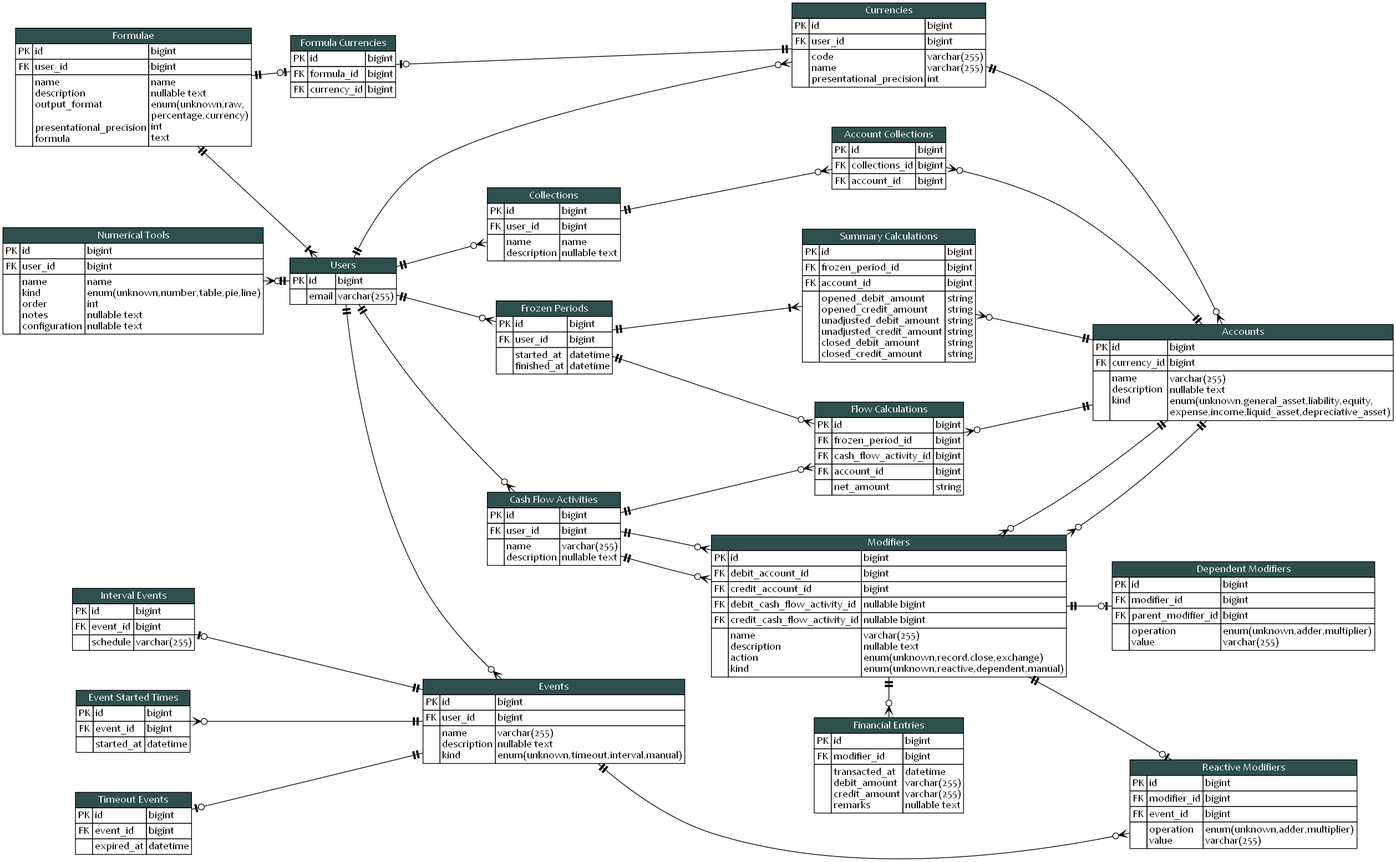
Above: blueprint/erd.png in KennethTrecy/peratorakka_server (Graphviz), before the change. Its source is kept beside it as blueprint/erd.dot.
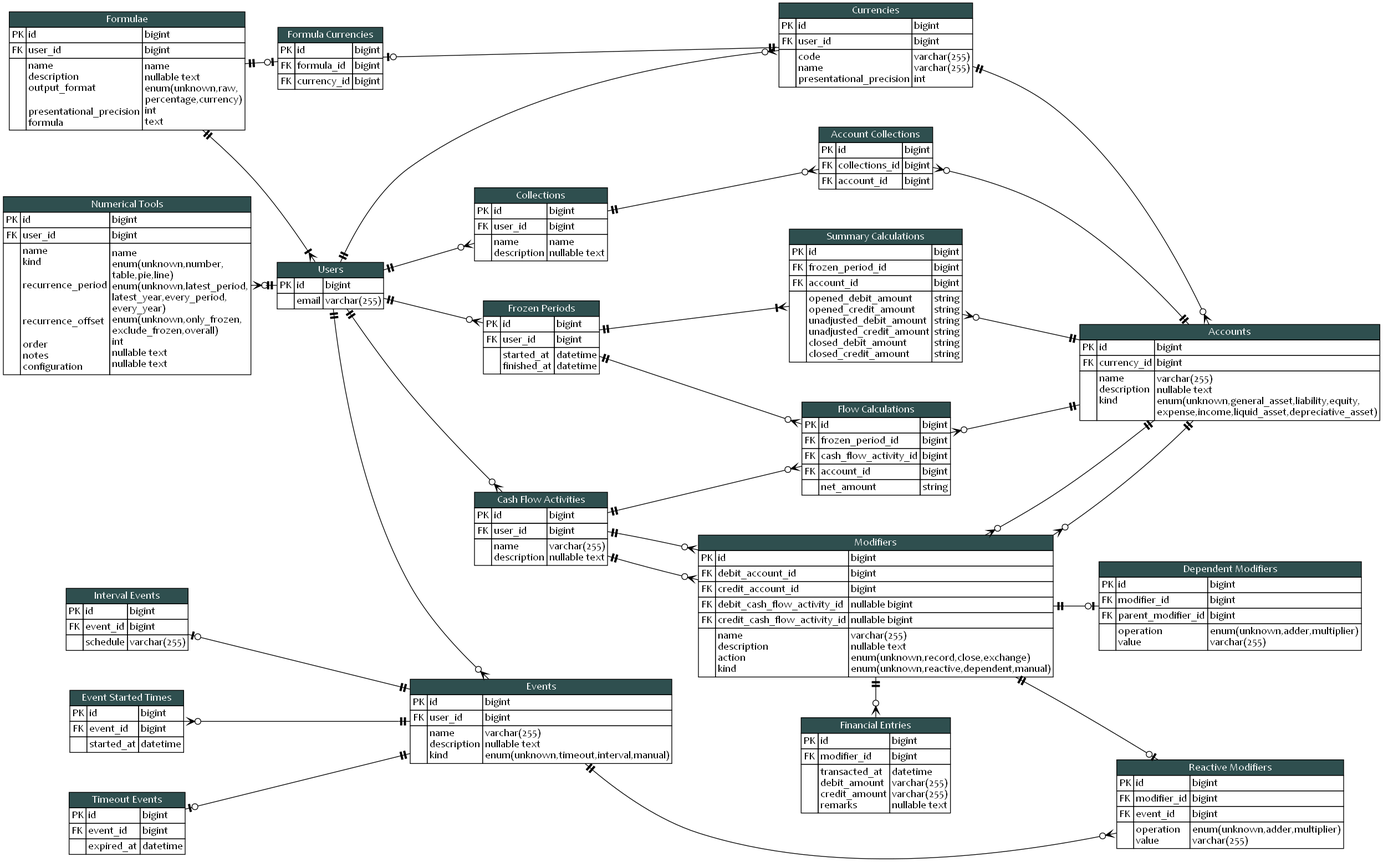
Above is the later version.

Commit message:
docs(blueprint): specify recurrence settings

What changed in the source:
```diff
@@ -690,14 +690,18 @@
 					<td></td>
 					<td align="left">
 						name<br align="left"/>
-						kind<br align="left"/>
+						kind<br align="left"/><br align="left"/>
+						recurrence_period<br align="left"/><br align="left"/><br align="left"/>
+						recurrence_offset<br align="left"/><br align="left"/>
 						order<br align="left"/>
 						notes<br align="left"/>
 						configuration<br align="left"/>
 					</td>
 					<td align="left">
 						name<br align="left"/>
-						enum(unknown,number,table,pie,line)<br align="left"/>
+						enum(unknown,number,<br align="left"/>table,pie,line)<br align="left"/>
+						enum(unknown,latest_period,<br align="left"/>latest_year,every_period,<br align="left"/>every_year)<br align="left"/>
+						enum(unknown,only_frozen,<br align="left"/>exclude_frozen,overall)<br align="left"/>
 						int<br align="left"/>
 						nullable text<br align="left"/>
 						nullable text<br align="left"/>
```
